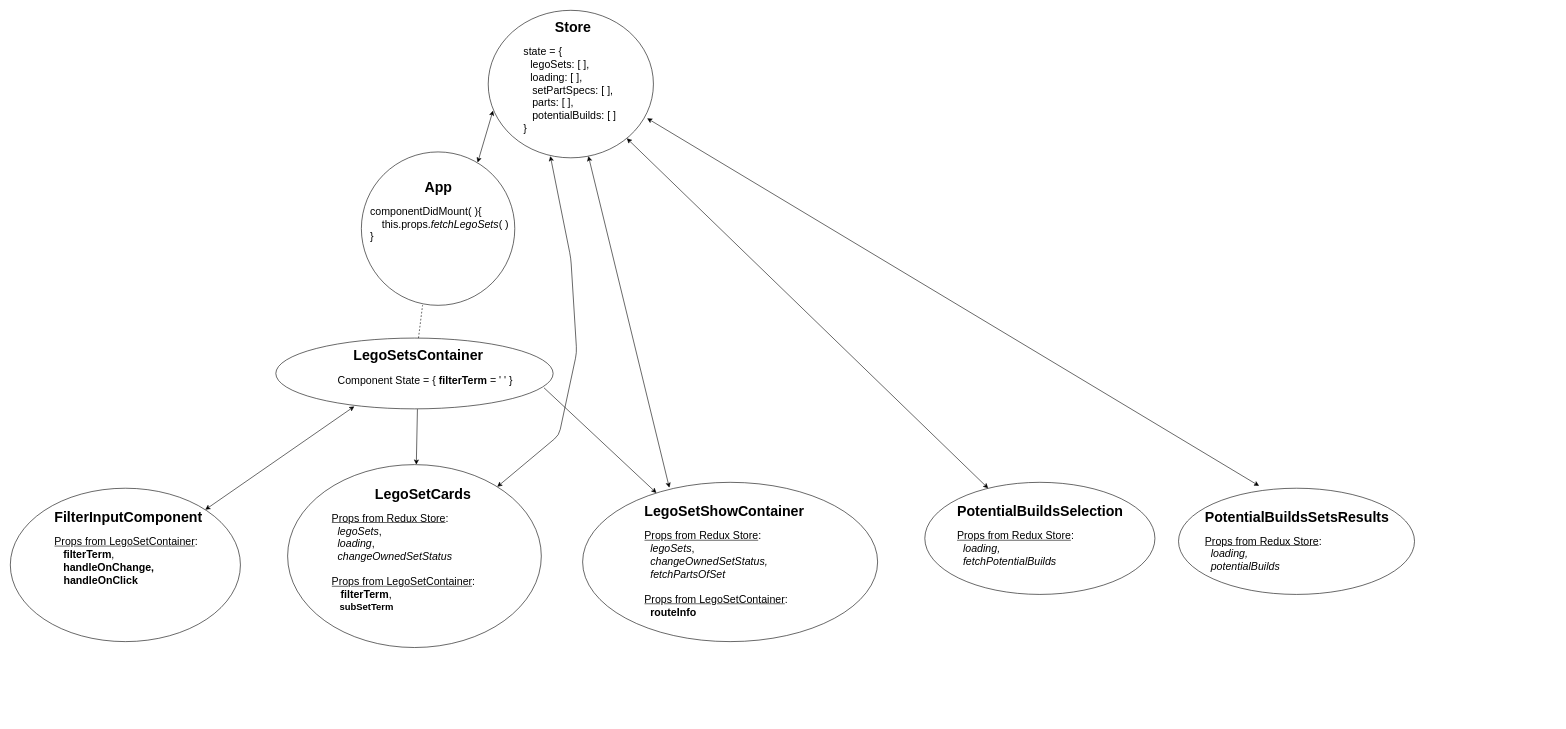
Above: StateTreeDiagram.drawio in DavidRMorphew/my-bricks-app-frontend (draw.io), before the change. Source tidied: cells renumbered, new cells numbered last; positions are measured from the earlier drawing's top-left corner, leaving out a move shared by most shapes. Both pictures are drawn from the tidied source at 59%, with x=0, y=0 at pixel (10, 10).
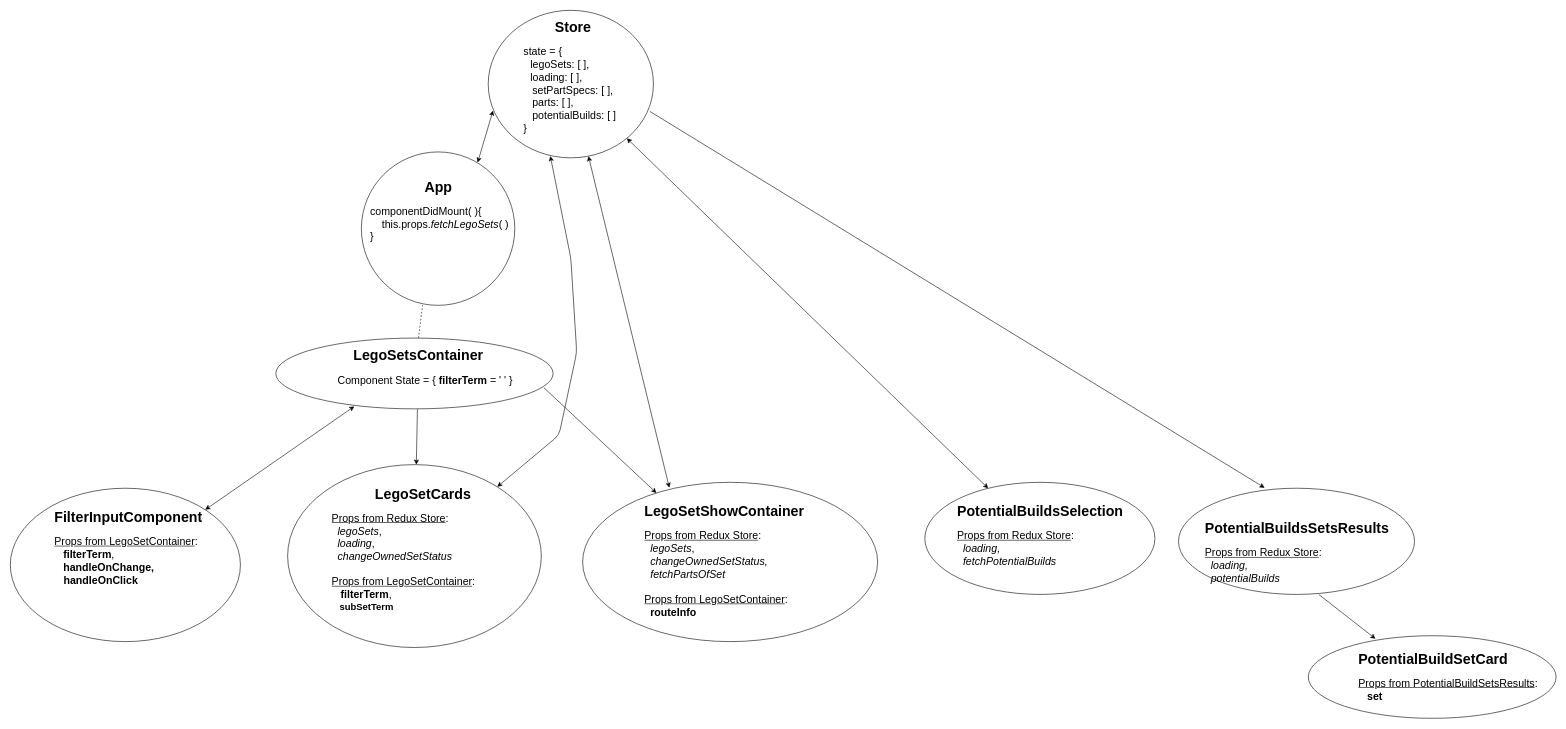
The same page after the edit.

Commit message (it also covers changes not shown here):
styling for LegoSetCard and PotentialBuildSetCard now uses App.css styling instead of inline styling

Unchanged cells that the change refers to:
```xml
<mxCell id="2" style="ellipse;whiteSpace=wrap;html=1;" parent="1" vertex="1">
  <mxGeometry x="810" width="280" height="250" as="geometry" />
</mxCell>
<mxCell id="24" style="ellipse;whiteSpace=wrap;html=1;" parent="1" vertex="1">
  <mxGeometry x="1980" y="810" width="400" height="180" as="geometry" />
</mxCell>
```

What changed in the source:
```diff
@@
     <mxCell id="25" value="&lt;h1&gt;&amp;nbsp; PotentialBuildsSetsResults&amp;nbsp;&lt;/h1&gt;&lt;h1&gt;&lt;div style=&quot;font-size: 12px ; font-weight: 400&quot;&gt;&lt;div&gt;&lt;font style=&quot;font-size: 18px&quot;&gt;&lt;u&gt;Props from Redux Store&lt;/u&gt;:&amp;nbsp;&lt;/font&gt;&lt;/div&gt;&lt;div&gt;&lt;font style=&quot;font-size: 18px&quot;&gt;&amp;nbsp;&amp;nbsp;&lt;/font&gt;&lt;i style=&quot;font-size: 18px&quot;&gt;loading,&lt;/i&gt;&lt;/div&gt;&lt;/div&gt;&lt;div style=&quot;font-size: 12px ; font-weight: 400&quot;&gt;&lt;font style=&quot;font-size: 18px&quot;&gt;&amp;nbsp;&amp;nbsp;&lt;i&gt;potentialBuilds&lt;/i&gt;&lt;/font&gt;&lt;/div&gt;&lt;/h1&gt;&lt;div&gt;&lt;span style=&quot;font-size: 18px ; font-weight: normal&quot;&gt;&lt;br&gt;&lt;/span&gt;&lt;/div&gt;&lt;div&gt;&lt;span style=&quot;font-size: 18px ; font-weight: normal&quot;&gt;&lt;br&gt;&lt;/span&gt;&lt;/div&gt;" style="text;html=1;strokeColor=none;fillColor=none;spacing=5;spacingTop=-20;whiteSpace=wrap;overflow=hidden;rounded=0;" parent="1" vertex="1">
-      <mxGeometry x="2020" y="810" width="340" height="160" as="geometry" />
+      <mxGeometry x="2020" y="830" width="340" height="160" as="geometry" />
     </mxCell>
-    <mxCell id="26" style="endArrow=classic;startArrow=classic;html=1;exitX=0.962;exitY=0.732;exitDx=0;exitDy=0;exitPerimeter=0;entryX=0.284;entryY=-0.025;entryDx=0;entryDy=0;entryPerimeter=0;" parent="1" edge="1" source="2" target="25">
-      <mxGeometry relative="1" as="geometry" />
-    </mxCell>
@@
+    <mxCell id="28" style="endArrow=classic;html=1;entryX=0.365;entryY=-0.004;entryDx=0;entryDy=0;entryPerimeter=0;exitX=0.978;exitY=0.685;exitDx=0;exitDy=0;exitPerimeter=0;" parent="1" edge="1" source="2" target="24">
+      <mxGeometry relative="1" as="geometry" />
+    </mxCell>
+    <mxCell id="29" style="ellipse;whiteSpace=wrap;html=1;" parent="1" vertex="1">
+      <mxGeometry x="2200" y="1060" width="420" height="140" as="geometry" />
+    </mxCell>
+    <mxCell id="30" value="&lt;h1&gt;PotentialBuildSetCard&lt;/h1&gt;&lt;div&gt;&lt;div&gt;&lt;font style=&quot;font-size: 18px&quot;&gt;&lt;u&gt;Props from PotentialBuildSetsResults&lt;/u&gt;:&lt;i&gt;&lt;br&gt;&lt;/i&gt;&lt;/font&gt;&lt;/div&gt;&lt;/div&gt;&lt;div&gt;&lt;font style=&quot;font-size: 18px&quot;&gt;&amp;nbsp; &amp;nbsp;&lt;b&gt;set&lt;/b&gt;&lt;/font&gt;&lt;/div&gt;" style="text;html=1;strokeColor=none;fillColor=none;spacing=5;spacingTop=-20;whiteSpace=wrap;overflow=hidden;rounded=0;" parent="1" vertex="1">
+      <mxGeometry x="2280" y="1080" width="330" height="120" as="geometry" />
+    </mxCell>
+    <mxCell id="31" style="endArrow=classic;html=1;entryX=0.271;entryY=0.037;entryDx=0;entryDy=0;entryPerimeter=0;exitX=0.582;exitY=1.001;exitDx=0;exitDy=0;exitPerimeter=0;" parent="1" edge="1" source="25" target="29">
+      <mxGeometry relative="1" as="geometry" />
+    </mxCell>
```
